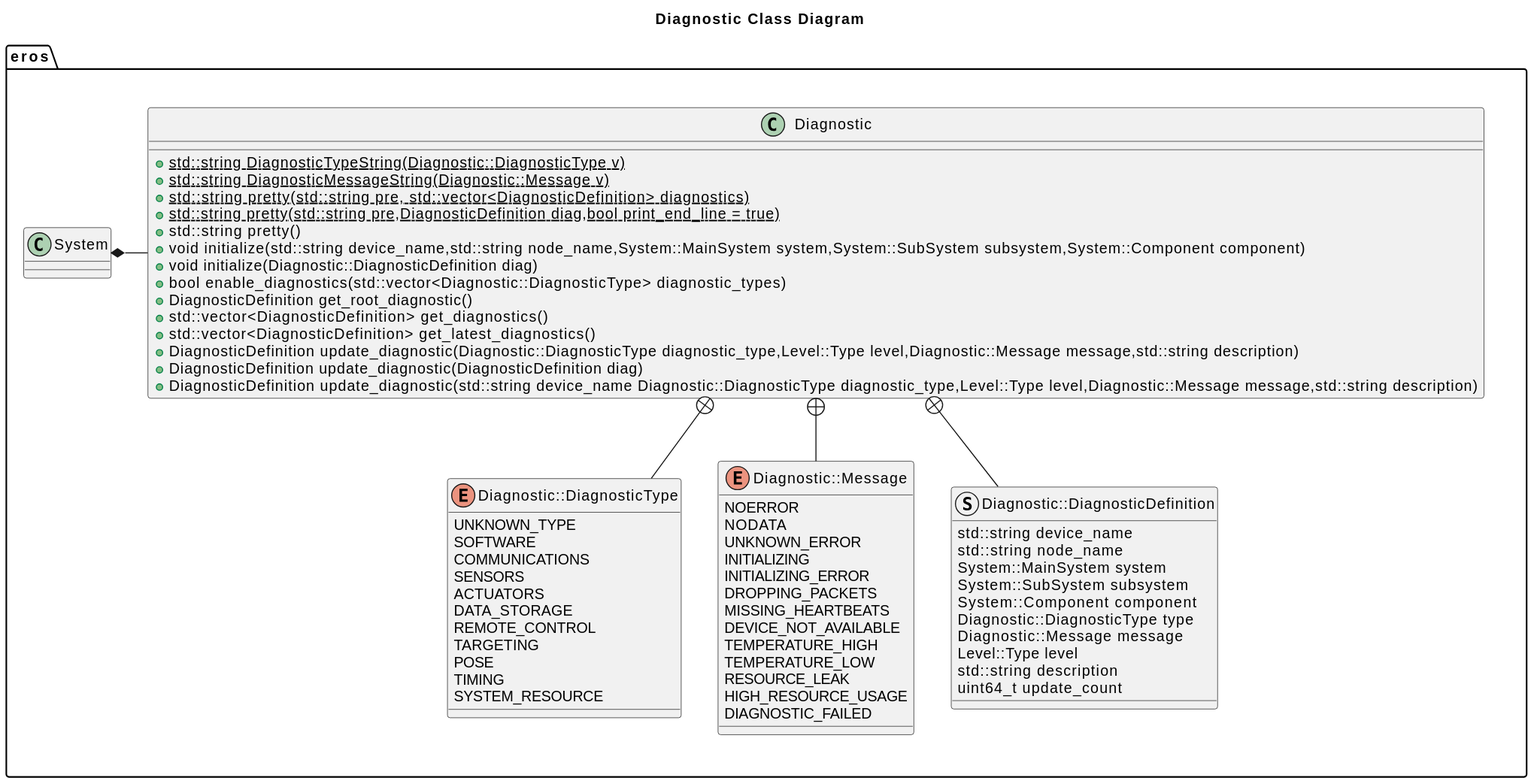
The PlantUML diagram doc/Diagnostic/output/DiagnosticClassDiagram.svg in dgitz/eros, before a commit. Its diagram source:
```plantuml
@startuml
title Diagnostic Class Diagram
package eros {
    class System
    together {
        class Diagnostic
        enum Diagnostic::DiagnosticType
        enum Diagnostic::Message
        struct Diagnostic::DiagnosticDefinition
    }
}
enum Diagnostic::DiagnosticType {
    UNKNOWN_TYPE
    SOFTWARE
    COMMUNICATIONS
    SENSORS
    ACTUATORS
    DATA_STORAGE
    REMOTE_CONTROL
    TARGETING
    POSE
    TIMING
    SYSTEM_RESOURCE
}
enum Diagnostic::Message {
    NOERROR
    NODATA
    UNKNOWN_ERROR
    INITIALIZING
    INITIALIZING_ERROR
    DROPPING_PACKETS
    MISSING_HEARTBEATS
    DEVICE_NOT_AVAILABLE
    TEMPERATURE_HIGH
    TEMPERATURE_LOW
    RESOURCE_LEAK
    HIGH_RESOURCE_USAGE
    DIAGNOSTIC_FAILED

}
struct Diagnostic::DiagnosticDefinition {
    std::string device_name
    std::string node_name
    System::MainSystem system
    System::SubSystem subsystem
    System::Component component
    Diagnostic::DiagnosticType type
    Diagnostic::Message message
    Level::Type level
    std::string description
    uint64_t update_count
}
Diagnostic +-- Diagnostic::Message
Diagnostic +-- Diagnostic::DiagnosticType
Diagnostic +-- Diagnostic::DiagnosticDefinition
System *- Diagnostic
class Diagnostic {

    +{static} std::string DiagnosticTypeString(Diagnostic::DiagnosticType v)
    +{static} std::string DiagnosticMessageString(Diagnostic::Message v)
    +{static} std::string pretty(std::string pre, std::vector<DiagnosticDefinition> diagnostics)
    +{static} std::string pretty(std::string pre,DiagnosticDefinition diag,bool print_end_line = true)

    +std::string pretty()
    +void initialize(std::string device_name,std::string node_name,System::MainSystem system,System::SubSystem subsystem,System::Component component)
    +void initialize(Diagnostic::DiagnosticDefinition diag)
    +bool enable_diagnostics(std::vector<Diagnostic::DiagnosticType> diagnostic_types)
    +DiagnosticDefinition get_root_diagnostic()
    +std::vector<DiagnosticDefinition> get_diagnostics()
    +std::vector<DiagnosticDefinition> get_latest_diagnostics()
    +DiagnosticDefinition update_diagnostic(Diagnostic::DiagnosticType diagnostic_type,Level::Type level,Diagnostic::Message message,std::string description)
    +DiagnosticDefinition update_diagnostic(DiagnosticDefinition diag)
    +DiagnosticDefinition update_diagnostic(std::string device_name Diagnostic::DiagnosticType diagnostic_type,Level::Type level,Diagnostic::Message message,std::string description)
}
@enduml
```
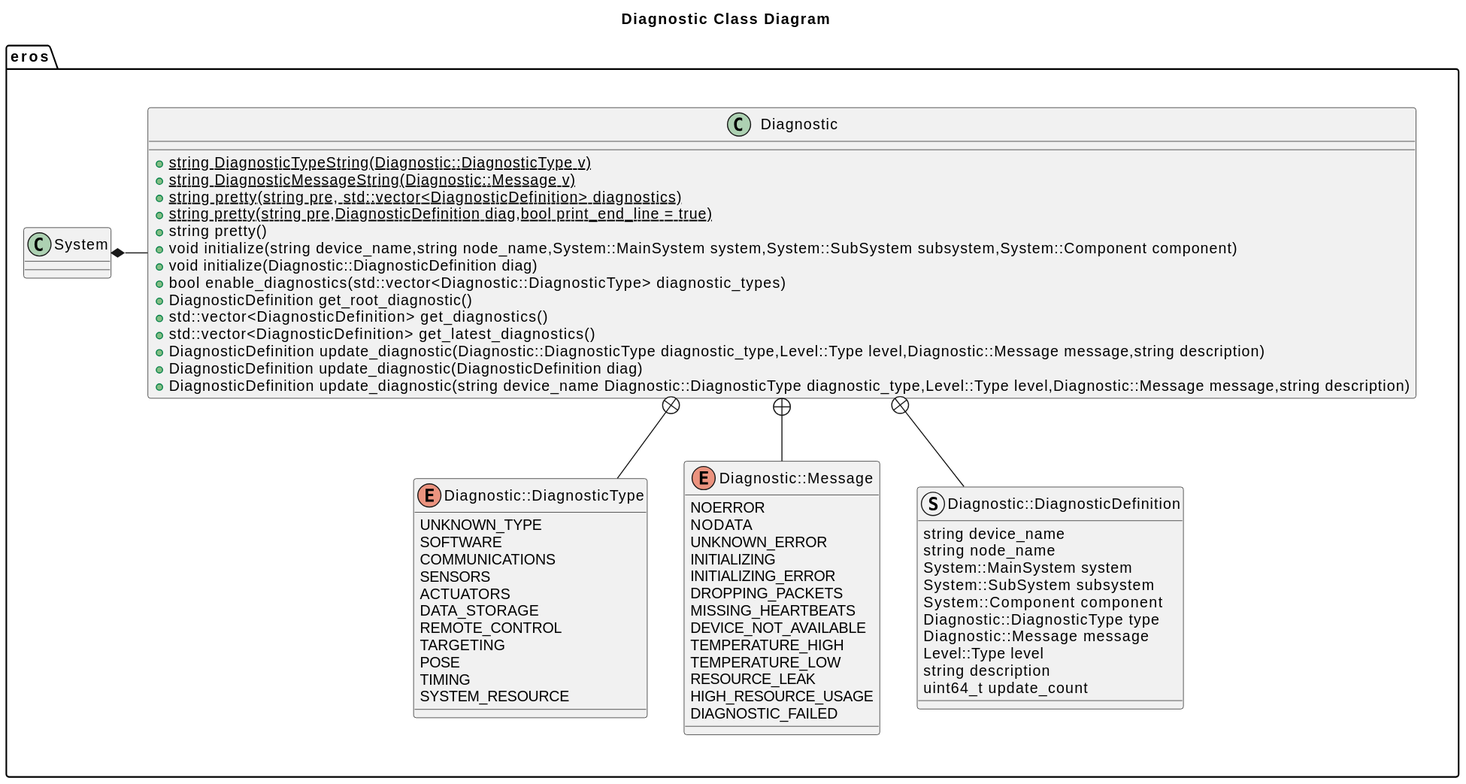
The same diagram one commit later.

Diff of the diagram source:
```diff
@@ -39,15 +39,15 @@
 
 }
 struct Diagnostic::DiagnosticDefinition {
-    std::string device_name
-    std::string node_name
+    string device_name
+    string node_name
     System::MainSystem system
     System::SubSystem subsystem
     System::Component component
     Diagnostic::DiagnosticType type
     Diagnostic::Message message
     Level::Type level
-    std::string description
+    string description
     uint64_t update_count
 }
 Diagnostic +-- Diagnostic::Message
@@ -56,20 +56,20 @@
 System *- Diagnostic
 class Diagnostic {
 
-    +{static} std::string DiagnosticTypeString(Diagnostic::DiagnosticType v)
-    +{static} std::string DiagnosticMessageString(Diagnostic::Message v)
-    +{static} std::string pretty(std::string pre, std::vector<DiagnosticDefinition> diagnostics)
-    +{static} std::string pretty(std::string pre,DiagnosticDefinition diag,bool print_end_line = true)
+    +{static} string DiagnosticTypeString(Diagnostic::DiagnosticType v)
+    +{static} string DiagnosticMessageString(Diagnostic::Message v)
+    +{static} string pretty(string pre, std::vector<DiagnosticDefinition> diagnostics)
+    +{static} string pretty(string pre,DiagnosticDefinition diag,bool print_end_line = true)
 
-    +std::string pretty()
-    +void initialize(std::string device_name,std::string node_name,System::MainSystem system,System::SubSystem subsystem,System::Component component)
+    +string pretty()
+    +void initialize(string device_name,string node_name,System::MainSystem system,System::SubSystem subsystem,System::Component component)
     +void initialize(Diagnostic::DiagnosticDefinition diag)
     +bool enable_diagnostics(std::vector<Diagnostic::DiagnosticType> diagnostic_types)
     +DiagnosticDefinition get_root_diagnostic()
     +std::vector<DiagnosticDefinition> get_diagnostics()
     +std::vector<DiagnosticDefinition> get_latest_diagnostics()
-    +DiagnosticDefinition update_diagnostic(Diagnostic::DiagnosticType diagnostic_type,Level::Type level,Diagnostic::Message message,std::string description)
+    +DiagnosticDefinition update_diagnostic(Diagnostic::DiagnosticType diagnostic_type,Level::Type level,Diagnostic::Message message,string description)
     +DiagnosticDefinition update_diagnostic(DiagnosticDefinition diag)
-    +DiagnosticDefinition update_diagnostic(std::string device_name Diagnostic::DiagnosticType diagnostic_type,Level::Type level,Diagnostic::Message message,std::string description)
+    +DiagnosticDefinition update_diagnostic(string device_name Diagnostic::DiagnosticType diagnostic_type,Level::Type level,Diagnostic::Message message,string description)
 }
 @enduml
```
